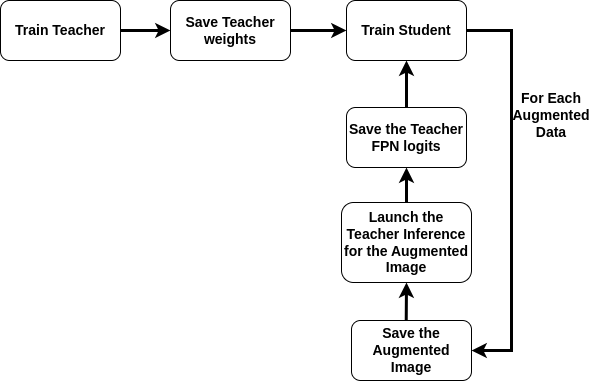
Earlier version of the draw.io export images/Online-KD.png (remaro-network/KD-YOLOX-ViT). Source tidied: cells renumbered, new cells last; positions are measured from the earlier drawing's top-left corner, leaving out a move shared by most shapes.
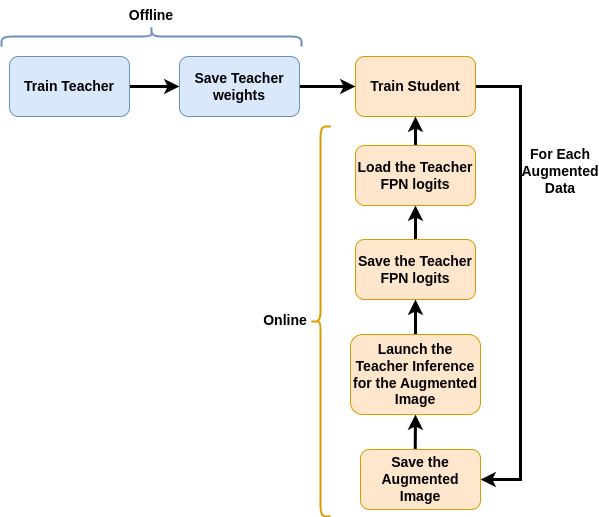
The same file after the commit.

Commit message:
update online/offline images in readme

What changed in the source:
```diff
@@ -5,46 +5,64 @@
     <mxCell id="2" style="edgeStyle=orthogonalEdgeStyle;rounded=0;jettySize=auto;html=1;exitX=1;exitY=0.5;exitDx=0;exitDy=0;entryX=0;entryY=0.5;entryDx=0;entryDy=0;strokeWidth=3;" parent="1" edge="1" source="3" target="5">
       <mxGeometry relative="1" as="geometry" />
     </mxCell>
-    <mxCell id="3" value="&lt;font size=&quot;1&quot; style=&quot;&quot;&gt;&lt;b style=&quot;font-size: 14px;&quot;&gt;Train Teacher&lt;/b&gt;&lt;/font&gt;" style="rounded=1;whiteSpace=wrap;html=1;" parent="1" vertex="1">
+    <mxCell id="3" value="&lt;font size=&quot;1&quot; style=&quot;&quot;&gt;&lt;b style=&quot;font-size: 14px;&quot;&gt;Train Teacher&lt;/b&gt;&lt;/font&gt;" style="rounded=1;whiteSpace=wrap;html=1;fillColor=#dae8fc;strokeColor=#6c8ebf;" parent="1" vertex="1">
       <mxGeometry width="120" height="60" as="geometry" />
     </mxCell>
     <mxCell id="4" style="edgeStyle=orthogonalEdgeStyle;rounded=0;jettySize=auto;html=1;exitX=1;exitY=0.5;exitDx=0;exitDy=0;entryX=0;entryY=0.5;entryDx=0;entryDy=0;strokeWidth=3;" parent="1" edge="1" source="5" target="7">
       <mxGeometry relative="1" as="geometry" />
     </mxCell>
-    <mxCell id="5" value="&lt;font size=&quot;1&quot; style=&quot;&quot;&gt;&lt;b style=&quot;font-size: 14px;&quot;&gt;Save Teacher weights&lt;/b&gt;&lt;/font&gt;" style="rounded=1;whiteSpace=wrap;html=1;" parent="1" vertex="1">
+    <mxCell id="5" value="&lt;font size=&quot;1&quot; style=&quot;&quot;&gt;&lt;b style=&quot;font-size: 14px;&quot;&gt;Save Teacher weights&lt;/b&gt;&lt;/font&gt;" style="rounded=1;whiteSpace=wrap;html=1;fillColor=#dae8fc;strokeColor=#6c8ebf;" parent="1" vertex="1">
       <mxGeometry x="170" width="120" height="60" as="geometry" />
     </mxCell>
     <mxCell id="6" style="edgeStyle=orthogonalEdgeStyle;rounded=0;jettySize=auto;html=1;exitX=1;exitY=0.5;exitDx=0;exitDy=0;entryX=1;entryY=0.5;entryDx=0;entryDy=0;strokeWidth=3;" parent="1" edge="1" source="7" target="9">
       <mxGeometry relative="1" as="geometry">
         <Array as="points">
           <mxPoint x="511" y="30" />
-          <mxPoint x="511" y="350" />
+          <mxPoint x="511" y="423" />
         </Array>
       </mxGeometry>
     </mxCell>
-    <mxCell id="7" value="&lt;font size=&quot;1&quot; style=&quot;&quot;&gt;&lt;b style=&quot;font-size: 14px;&quot;&gt;Train Student&lt;/b&gt;&lt;/font&gt;" style="rounded=1;whiteSpace=wrap;html=1;" parent="1" vertex="1">
+    <mxCell id="7" value="&lt;font size=&quot;1&quot; style=&quot;&quot;&gt;&lt;b style=&quot;font-size: 14px;&quot;&gt;Train Student&lt;/b&gt;&lt;/font&gt;" style="rounded=1;whiteSpace=wrap;html=1;fillColor=#ffe6cc;strokeColor=#d79b00;" parent="1" vertex="1">
       <mxGeometry x="346" width="120" height="60" as="geometry" />
     </mxCell>
     <mxCell id="8" style="edgeStyle=orthogonalEdgeStyle;rounded=0;jettySize=auto;html=1;exitX=0.456;exitY=0.011;exitDx=0;exitDy=0;entryX=0.5;entryY=1;entryDx=0;entryDy=0;strokeWidth=3;exitPerimeter=0;" parent="1" edge="1" source="9" target="11">
       <mxGeometry relative="1" as="geometry" />
     </mxCell>
-    <mxCell id="9" value="&lt;font size=&quot;1&quot; style=&quot;&quot;&gt;&lt;b style=&quot;font-size: 14px;&quot;&gt;Save the Augmented Image&lt;/b&gt;&lt;/font&gt;" style="rounded=1;whiteSpace=wrap;html=1;" parent="1" vertex="1">
-      <mxGeometry x="351" y="320" width="120" height="60" as="geometry" />
+    <mxCell id="9" value="&lt;font size=&quot;1&quot; style=&quot;&quot;&gt;&lt;b style=&quot;font-size: 14px;&quot;&gt;Save the Augmented Image&lt;/b&gt;&lt;/font&gt;" style="rounded=1;whiteSpace=wrap;html=1;fillColor=#ffe6cc;strokeColor=#d79b00;" parent="1" vertex="1">
+      <mxGeometry x="351" y="393" width="120" height="60" as="geometry" />
     </mxCell>
     <mxCell id="10" style="edgeStyle=orthogonalEdgeStyle;rounded=0;jettySize=auto;html=1;exitX=0.5;exitY=0;exitDx=0;exitDy=0;entryX=0.5;entryY=1;entryDx=0;entryDy=0;strokeWidth=3;" parent="1" edge="1" source="11" target="14">
       <mxGeometry relative="1" as="geometry" />
     </mxCell>
-    <mxCell id="11" value="&lt;font size=&quot;1&quot; style=&quot;&quot;&gt;&lt;b style=&quot;font-size: 14px;&quot;&gt;Launch the Teacher Inference for the Augmented Image&lt;/b&gt;&lt;/font&gt;" style="rounded=1;whiteSpace=wrap;html=1;" parent="1" vertex="1">
-      <mxGeometry x="341" y="202" width="130" height="80" as="geometry" />
+    <mxCell id="11" value="&lt;font size=&quot;1&quot; style=&quot;&quot;&gt;&lt;b style=&quot;font-size: 14px;&quot;&gt;Launch the Teacher Inference for the Augmented Image&lt;/b&gt;&lt;/font&gt;" style="rounded=1;whiteSpace=wrap;html=1;fillColor=#ffe6cc;strokeColor=#d79b00;" parent="1" vertex="1">
+      <mxGeometry x="341" y="278" width="130" height="80" as="geometry" />
     </mxCell>
     <mxCell id="12" value="&lt;font style=&quot;font-size: 14px;&quot;&gt;&lt;b&gt;For Each Augmented Data&lt;/b&gt;&lt;/font&gt;" style="text;html=1;align=center;verticalAlign=middle;whiteSpace=wrap;rounded=0;" parent="1" vertex="1">
       <mxGeometry x="521" y="100" width="60" height="30" as="geometry" />
     </mxCell>
-    <mxCell id="13" style="edgeStyle=orthogonalEdgeStyle;rounded=0;jettySize=auto;html=1;exitX=0.5;exitY=0;exitDx=0;exitDy=0;entryX=0.5;entryY=1;entryDx=0;entryDy=0;strokeWidth=3;" parent="1" edge="1" source="14" target="7">
-      <mxGeometry relative="1" as="geometry" />
-    </mxCell>
+    <mxCell id="15" style="edgeStyle=orthogonalEdgeStyle;rounded=0;jettySize=auto;html=1;exitX=0.5;exitY=0;exitDx=0;exitDy=0;entryX=0.5;entryY=1;entryDx=0;entryDy=0;strokeWidth=3;" parent="1" edge="1" source="14" target="17">
+      <mxGeometry relative="1" as="geometry" />
+    </mxCell>
-    <mxCell id="14" value="&lt;font size=&quot;1&quot; style=&quot;&quot;&gt;&lt;b style=&quot;font-size: 14px;&quot;&gt;Save the Teacher FPN logits&lt;/b&gt;&lt;/font&gt;" style="rounded=1;whiteSpace=wrap;html=1;" parent="1" vertex="1">
-      <mxGeometry x="346" y="107" width="120" height="60" as="geometry" />
+    <mxCell id="14" value="&lt;font size=&quot;1&quot; style=&quot;&quot;&gt;&lt;b style=&quot;font-size: 14px;&quot;&gt;Save the Teacher FPN logits&lt;/b&gt;&lt;/font&gt;" style="rounded=1;whiteSpace=wrap;html=1;fillColor=#ffe6cc;strokeColor=#d79b00;" parent="1" vertex="1">
+      <mxGeometry x="346" y="183" width="120" height="60" as="geometry" />
     </mxCell>
+    <mxCell id="16" style="edgeStyle=orthogonalEdgeStyle;rounded=0;jettySize=auto;html=1;exitX=0.5;exitY=0;exitDx=0;exitDy=0;entryX=0.5;entryY=1;entryDx=0;entryDy=0;strokeWidth=3;" parent="1" edge="1" source="17" target="7">
+      <mxGeometry relative="1" as="geometry" />
+    </mxCell>
+    <mxCell id="17" value="&lt;font size=&quot;1&quot; style=&quot;&quot;&gt;&lt;b style=&quot;font-size: 14px;&quot;&gt;Load the Teacher FPN logits&lt;/b&gt;&lt;/font&gt;" style="rounded=1;whiteSpace=wrap;html=1;fillColor=#ffe6cc;strokeColor=#d79b00;" parent="1" vertex="1">
+      <mxGeometry x="346" y="89" width="120" height="60" as="geometry" />
+    </mxCell>
+    <mxCell id="18" style="shape=curlyBracket;whiteSpace=wrap;html=1;rounded=1;labelPosition=left;verticalLabelPosition=middle;align=right;verticalAlign=middle;rotation=90;strokeWidth=2;fillColor=#dae8fc;strokeColor=#6c8ebf;" parent="1" vertex="1">
+      <mxGeometry x="132" y="-170" width="20" height="300" as="geometry" />
+    </mxCell>
+    <mxCell id="19" style="shape=curlyBracket;whiteSpace=wrap;html=1;rounded=1;labelPosition=left;verticalLabelPosition=middle;align=right;verticalAlign=middle;rotation=0;strokeWidth=2;fillColor=#ffe6cc;strokeColor=#d79b00;" parent="1" vertex="1">
+      <mxGeometry x="301" y="70" width="20" height="390" as="geometry" />
+    </mxCell>
+    <mxCell id="20" value="&lt;b&gt;&lt;font style=&quot;font-size: 14px;&quot;&gt;Offline&lt;/font&gt;&lt;/b&gt;" style="text;html=1;align=center;verticalAlign=middle;whiteSpace=wrap;rounded=0;" parent="1" vertex="1">
+      <mxGeometry x="112" y="-56" width="60" height="30" as="geometry" />
+    </mxCell>
+    <mxCell id="21" value="&lt;b&gt;&lt;font style=&quot;font-size: 14px;&quot;&gt;Online&lt;/font&gt;&lt;/b&gt;" style="text;html=1;align=center;verticalAlign=middle;whiteSpace=wrap;rounded=0;" parent="1" vertex="1">
+      <mxGeometry x="246" y="249" width="60" height="30" as="geometry" />
+    </mxCell>
   </root>
 </mxGraphModel>
```
